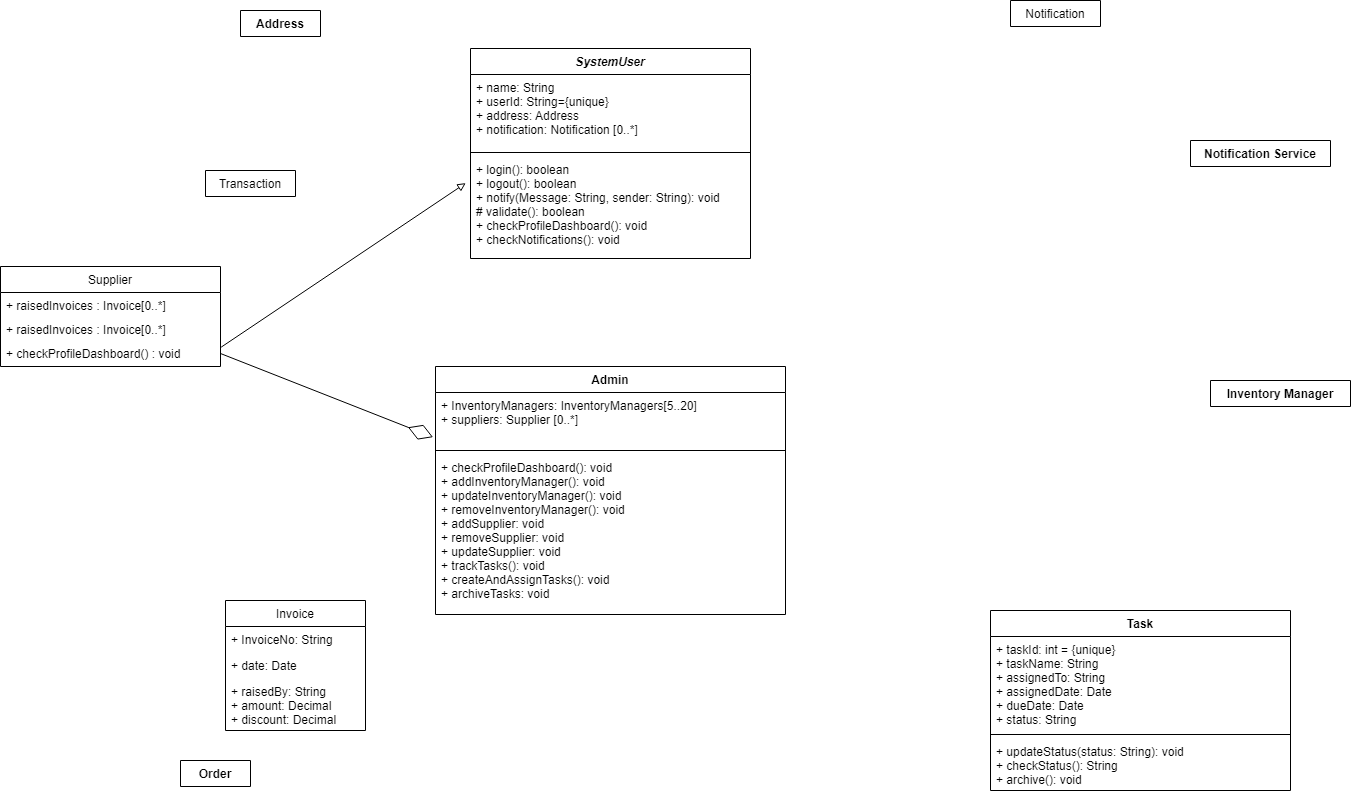
Above: ClassDiagram for Inventory Management System.drawio.png in hrk-berserker27/hrk-berserker27 (draw.io), before the change. Source tidied: cells renumbered, new cells last; positions are measured from the earlier drawing's top-left corner, leaving out a move shared by most shapes.
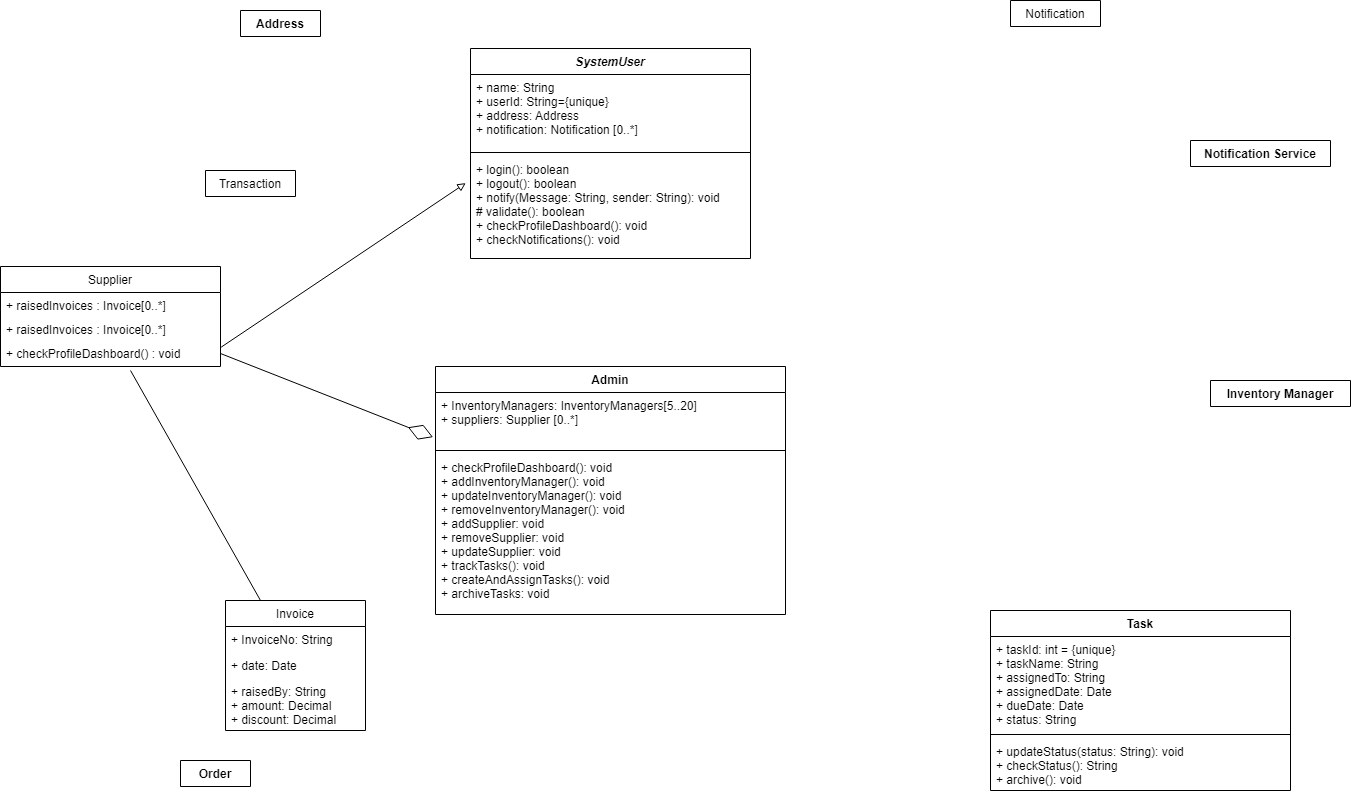
Above is the later version.

The edit, as a diff of the source:
```diff
@@ -89,5 +89,8 @@
     <mxCell id="30" style="endArrow=diamondThin;endFill=0;endSize=24;html=1;rounded=0;entryX=-0.007;entryY=0.827;entryDx=0;entryDy=0;entryPerimeter=0;exitX=1;exitY=0.5;exitDx=0;exitDy=0;" parent="1" edge="1" source="5" target="20">
       <mxGeometry relative="1" as="geometry" />
     </mxCell>
+    <mxCell id="31" style="endArrow=none;html=1;rounded=0;exitX=0.591;exitY=1.154;exitDx=0;exitDy=0;exitPerimeter=0;entryX=0.25;entryY=0;entryDx=0;entryDy=0;" parent="1" edge="1" source="5" target="15">
+      <mxGeometry relative="1" as="geometry" />
+    </mxCell>
   </root>
 </mxGraphModel>
```
